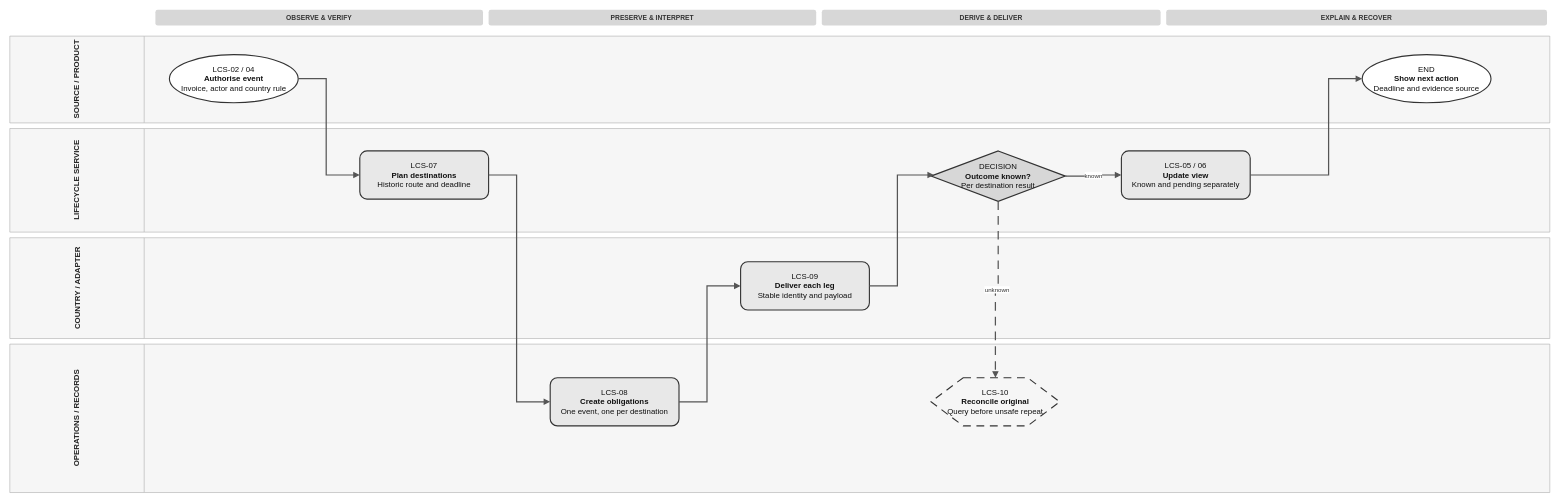
This is assets/diagrams/lifecycle-reporting-reconciliation-process.drawio from jiaxinhe0709/pm_second_brain, a draw.io file, before an edit. Source tidied: cells renumbered, new cells numbered last; positions are measured from the earlier drawing's top-left corner, leaving out a move shared by most shapes. Both pictures are drawn from the tidied source at 56%, with x=0, y=0 at pixel (10, 10).
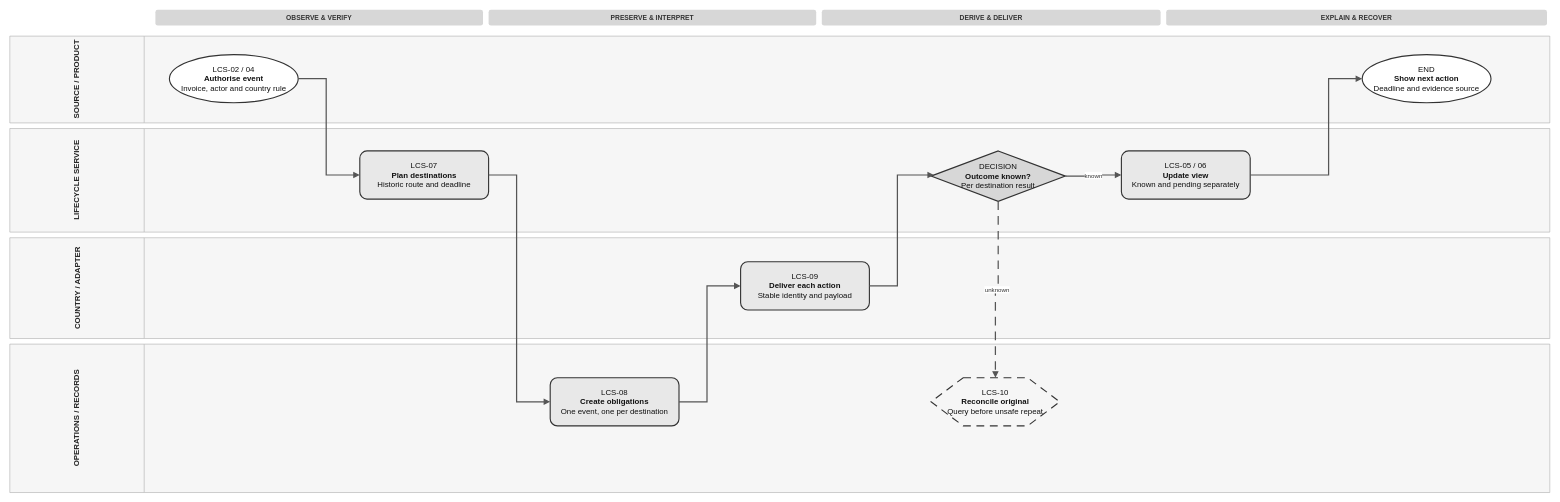
The same page after the edit.

Change to the diagram source:
```diff
@@
-    <mxCell id="13" value="LCS-09&lt;br&gt;&lt;b&gt;Deliver each leg&lt;/b&gt;&lt;br&gt;Stable identity and payload" style="rounded=1;fillColor=#e8e8e8;whiteSpace=wrap;html=1;strokeColor=#333333;strokeWidth=2;fontColor=#111111;fontSize=14;align=center;verticalAlign=middle;spacing=8;" parent="1" vertex="1">
+    <mxCell id="13" value="LCS-09&lt;br&gt;&lt;b&gt;Deliver each action&lt;/b&gt;&lt;br&gt;Stable identity and payload" style="rounded=1;fillColor=#e8e8e8;whiteSpace=wrap;html=1;strokeColor=#333333;strokeWidth=2;fontColor=#111111;fontSize=14;align=center;verticalAlign=middle;spacing=8;" parent="1" vertex="1">
       <mxGeometry x="1305" y="450" width="230" height="86" as="geometry" />
     </mxCell>
```
